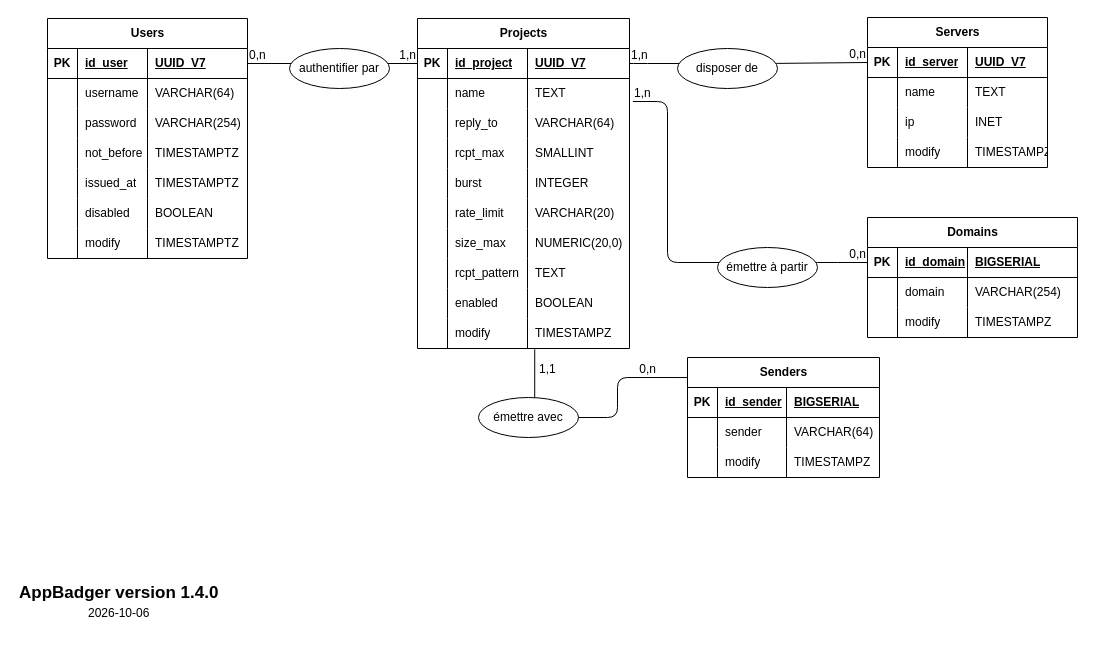
The draw.io diagram Doc/mcd.drawio in matyas-cyril/appmail-badger, before the edit. Source tidied: cells renumbered, new cells numbered last; positions are measured from the earlier drawing's top-left corner, leaving out a move shared by most shapes. Both pictures are drawn from the tidied source at 100%, with x=0, y=0 at pixel (17, 17).
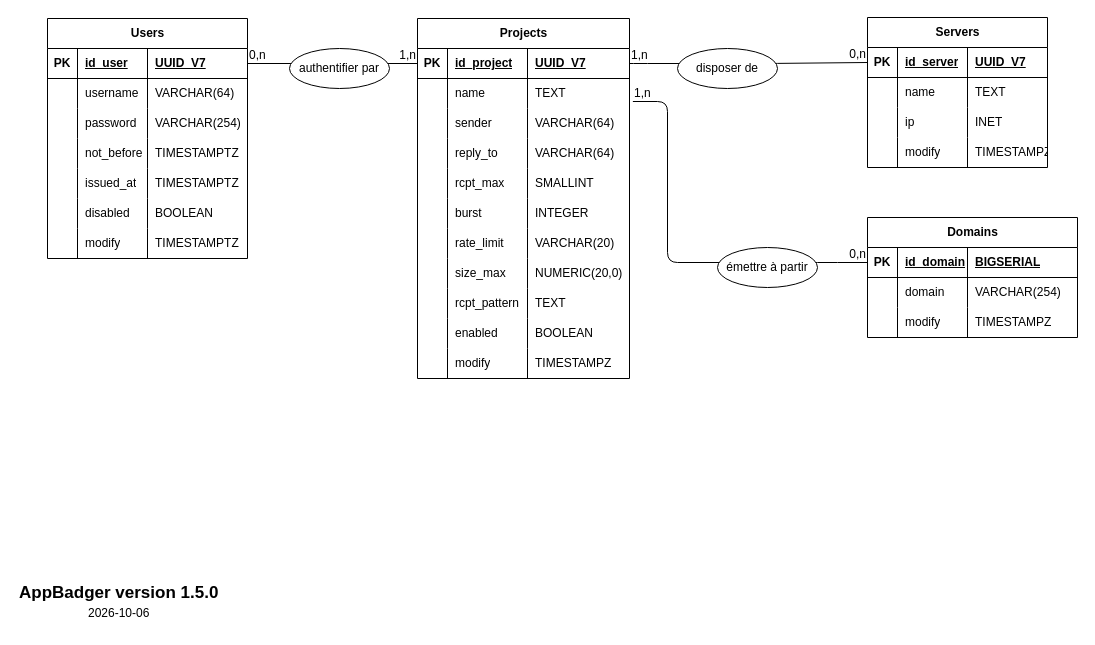
After the change.

Commit message (it also covers changes not shown here):
SUppression de la table Sender

The change refers to these unchanged cells:
```xml
<mxCell id="11" style="shape=tableRow;horizontal=0;startSize=0;swimlaneHead=0;swimlaneBody=0;fillColor=none;top=0;left=0;right=0;bottom=0;" parent="2" vertex="1">
  <mxGeometry y="90" width="212" height="30" as="geometry" />
</mxCell>
```

The edit, as a diff of the source:
```diff
@@
     <mxCell id="2" value="Projects" style="shape=table;startSize=30;childLayout=tableLayout;rowLines=0;fontStyle=1;align=center;html=1;" parent="1" vertex="1">
-      <mxGeometry x="400" y="1" width="212" height="330" as="geometry" />
+      <mxGeometry x="400" y="1" width="212" height="360" as="geometry" />
     </mxCell>
@@
-    <mxCell id="13" value="reply_to" style="shape=partialRectangle;fillColor=none;top=0;left=0;bottom=0;right=0;align=left;spacingLeft=6;overflow=hidden;whiteSpace=wrap;html=1;" parent="11" vertex="1">
+    <mxCell id="13" value="sender" style="shape=partialRectangle;fillColor=none;top=0;left=0;bottom=0;right=0;align=left;spacingLeft=6;overflow=hidden;whiteSpace=wrap;html=1;" parent="11" vertex="1">
       <mxGeometry x="30" width="80" height="30" as="geometry" />
     </mxCell>
@@
+    <mxCell id="132" style="shape=tableRow;horizontal=0;startSize=0;swimlaneHead=0;swimlaneBody=0;fillColor=none;top=0;left=0;right=0;bottom=0;" parent="2" vertex="1">
+      <mxGeometry y="120" width="212" height="30" as="geometry" />
+    </mxCell>
+    <mxCell id="133" style="shape=partialRectangle;fillColor=none;top=0;left=0;bottom=0;right=0;overflow=hidden;whiteSpace=wrap;html=1;" parent="132" vertex="1">
+      <mxGeometry width="30" height="30" as="geometry" />
+    </mxCell>
+    <mxCell id="134" value="reply_to" style="shape=partialRectangle;fillColor=none;top=0;left=0;bottom=0;right=0;align=left;spacingLeft=6;overflow=hidden;whiteSpace=wrap;html=1;" parent="132" vertex="1">
+      <mxGeometry x="30" width="80" height="30" as="geometry" />
+    </mxCell>
+    <mxCell id="122" value="VARCHAR(64)" style="shape=partialRectangle;fillColor=none;top=0;left=0;bottom=0;right=0;align=left;spacingLeft=6;overflow=hidden;whiteSpace=wrap;html=1;" parent="132" vertex="1">
+      <mxGeometry x="110" width="102" height="30" as="geometry" />
+    </mxCell>
     <mxCell id="15" style="shape=tableRow;horizontal=0;startSize=0;swimlaneHead=0;swimlaneBody=0;fillColor=none;top=0;left=0;right=0;bottom=0;" parent="2" vertex="1">
-      <mxGeometry y="120" width="212" height="30" as="geometry" />
+      <mxGeometry y="150" width="212" height="30" as="geometry" />
     </mxCell>
@@
     <mxCell id="19" style="shape=tableRow;horizontal=0;startSize=0;swimlaneHead=0;swimlaneBody=0;fillColor=none;top=0;left=0;right=0;bottom=0;" parent="2" vertex="1">
-      <mxGeometry y="150" width="212" height="30" as="geometry" />
+      <mxGeometry y="180" width="212" height="30" as="geometry" />
     </mxCell>
@@
     <mxCell id="23" style="shape=tableRow;horizontal=0;startSize=0;swimlaneHead=0;swimlaneBody=0;fillColor=none;top=0;left=0;right=0;bottom=0;" parent="2" vertex="1">
-      <mxGeometry y="180" width="212" height="30" as="geometry" />
+      <mxGeometry y="210" width="212" height="30" as="geometry" />
     </mxCell>
@@
     <mxCell id="27" style="shape=tableRow;horizontal=0;startSize=0;swimlaneHead=0;swimlaneBody=0;fillColor=none;top=0;left=0;right=0;bottom=0;" parent="2" vertex="1">
-      <mxGeometry y="210" width="212" height="30" as="geometry" />
+      <mxGeometry y="240" width="212" height="30" as="geometry" />
     </mxCell>
@@
     <mxCell id="31" style="shape=tableRow;horizontal=0;startSize=0;swimlaneHead=0;swimlaneBody=0;fillColor=none;top=0;left=0;right=0;bottom=0;" parent="2" vertex="1">
-      <mxGeometry y="240" width="212" height="30" as="geometry" />
+      <mxGeometry y="270" width="212" height="30" as="geometry" />
     </mxCell>
@@
     <mxCell id="35" style="shape=tableRow;horizontal=0;startSize=0;swimlaneHead=0;swimlaneBody=0;fillColor=none;top=0;left=0;right=0;bottom=0;" parent="2" vertex="1">
-      <mxGeometry y="270" width="212" height="30" as="geometry" />
+      <mxGeometry y="300" width="212" height="30" as="geometry" />
     </mxCell>
@@
     <mxCell id="39" style="shape=tableRow;horizontal=0;startSize=0;swimlaneHead=0;swimlaneBody=0;fillColor=none;points=[[0,0.5],[1,0.5]];portConstraint=eastwest;top=0;left=0;right=0;bottom=0;" parent="2" vertex="1">
-      <mxGeometry y="300" width="212" height="30" as="geometry" />
+      <mxGeometry y="330" width="212" height="30" as="geometry" />
     </mxCell>
@@
-    <mxCell id="114" value="Senders" style="shape=table;startSize=30;childLayout=tableLayout;rowLines=0;fontStyle=1;align=center;html=1;" parent="1" vertex="1">
-      <mxGeometry x="670" y="340" width="192" height="120" as="geometry" />
-    </mxCell>
-    <mxCell id="115" style="shape=tableRow;horizontal=0;startSize=0;swimlaneHead=0;swimlaneBody=0;fillColor=none;top=0;left=0;right=0;bottom=1;" parent="114" vertex="1">
-      <mxGeometry y="30" width="192" height="30" as="geometry" />
-    </mxCell>
-    <mxCell id="116" value="PK" style="shape=partialRectangle;fillColor=none;top=0;left=0;bottom=0;right=0;fontStyle=1;overflow=hidden;whiteSpace=wrap;html=1;" parent="115" vertex="1">
-      <mxGeometry width="30" height="30" as="geometry" />
-    </mxCell>
-    <mxCell id="117" value="id_sender" style="shape=partialRectangle;fillColor=none;top=0;left=0;bottom=0;right=0;align=left;spacingLeft=6;fontStyle=5;overflow=hidden;whiteSpace=wrap;html=1;" parent="115" vertex="1">
-      <mxGeometry x="30" width="69" height="30" as="geometry" />
-    </mxCell>
-    <mxCell id="118" value="BIGSERIAL" style="shape=partialRectangle;fillColor=none;top=0;left=0;bottom=0;right=0;align=left;spacingLeft=6;fontStyle=5;overflow=hidden;whiteSpace=wrap;html=1;" parent="115" vertex="1">
-      <mxGeometry x="99" width="93" height="30" as="geometry" />
-    </mxCell>
-    <mxCell id="119" style="shape=tableRow;horizontal=0;startSize=0;swimlaneHead=0;swimlaneBody=0;fillColor=none;top=0;left=0;right=0;bottom=0;" parent="114" vertex="1">
-      <mxGeometry y="60" width="192" height="30" as="geometry" />
-    </mxCell>
-    <mxCell id="120" style="shape=partialRectangle;fillColor=none;top=0;left=0;bottom=0;right=0;overflow=hidden;whiteSpace=wrap;html=1;" parent="119" vertex="1">
-      <mxGeometry width="30" height="30" as="geometry" />
-    </mxCell>
-    <mxCell id="121" value="sender" style="shape=partialRectangle;fillColor=none;top=0;left=0;bottom=0;right=0;align=left;spacingLeft=6;overflow=hidden;whiteSpace=wrap;html=1;" parent="119" vertex="1">
-      <mxGeometry x="30" width="69" height="30" as="geometry" />
-    </mxCell>
-    <mxCell id="122" value="VARCHAR(64)" style="shape=partialRectangle;fillColor=none;top=0;left=0;bottom=0;right=0;align=left;spacingLeft=6;overflow=hidden;whiteSpace=wrap;html=1;" parent="119" vertex="1">
-      <mxGeometry x="99" width="93" height="30" as="geometry" />
-    </mxCell>
-    <mxCell id="123" style="shape=tableRow;horizontal=0;startSize=0;swimlaneHead=0;swimlaneBody=0;fillColor=none;top=0;left=0;right=0;bottom=0;" parent="114" vertex="1">
-      <mxGeometry y="90" width="192" height="30" as="geometry" />
-    </mxCell>
-    <mxCell id="124" style="shape=partialRectangle;fillColor=none;top=0;left=0;bottom=0;right=0;overflow=hidden;whiteSpace=wrap;html=1;" parent="123" vertex="1">
-      <mxGeometry width="30" height="30" as="geometry" />
-    </mxCell>
-    <mxCell id="125" value="modify" style="shape=partialRectangle;fillColor=none;top=0;left=0;bottom=0;right=0;align=left;spacingLeft=6;overflow=hidden;whiteSpace=wrap;html=1;" parent="123" vertex="1">
-      <mxGeometry x="30" width="69" height="30" as="geometry" />
-    </mxCell>
-    <mxCell id="126" value="TIMESTAMPZ" style="shape=partialRectangle;fillColor=none;top=0;left=0;bottom=0;right=0;align=left;spacingLeft=6;overflow=hidden;whiteSpace=wrap;html=1;" parent="123" vertex="1">
-      <mxGeometry x="99" width="93" height="30" as="geometry" />
-    </mxCell>
-    <mxCell id="127" style="endArrow=none;html=1;rounded=1;exitX=0.553;exitY=1.026;exitDx=0;exitDy=0;entryX=0;entryY=0.167;entryDx=0;entryDy=0;entryPerimeter=0;exitPerimeter=0;curved=0;" parent="1" edge="1" source="39" target="114">
-      <mxGeometry relative="1" as="geometry">
-        <Array as="points">
-          <mxPoint x="517.2" y="400" />
-          <mxPoint x="600" y="400" />
-          <mxPoint x="600" y="360" />
-        </Array>
-      </mxGeometry>
-    </mxCell>
-    <mxCell id="128" value="1,1" style="html=1;whiteSpace=wrap;align=left;verticalAlign=bottom;" parent="127" vertex="1">
-      <mxGeometry x="-1" relative="1" as="geometry">
-        <mxPoint x="3" y="28" as="offset" />
-      </mxGeometry>
-    </mxCell>
-    <mxCell id="129" value="0,n" style="html=1;whiteSpace=wrap;align=right;verticalAlign=bottom;" parent="127" vertex="1">
-      <mxGeometry x="1" relative="1" as="geometry">
-        <mxPoint x="-30" as="offset" />
-      </mxGeometry>
-    </mxCell>
-    <mxCell id="130" value="émettre avec" style="ellipse;whiteSpace=wrap;html=1;align=center;" parent="1" vertex="1">
-      <mxGeometry x="461" y="380" width="100" height="40" as="geometry" />
-    </mxCell>
-    <mxCell id="131" value="&lt;div style=&quot;line-height: 80%;&quot;&gt;&lt;div align=&quot;left&quot;&gt;&lt;b&gt;&lt;font style=&quot;font-size: 17px; line-height: 80%;&quot;&gt;AppBadger version 1.4.0&lt;/font&gt;&lt;/b&gt;&lt;/div&gt;&lt;div&gt;&lt;br&gt;&lt;/div&gt;&lt;div align=&quot;center&quot;&gt;2026-10-06&lt;/div&gt;&lt;/div&gt;" style="text;html=1;whiteSpace=wrap;strokeColor=none;fillColor=none;align=left;verticalAlign=middle;rounded=0;" parent="1" vertex="1">
+    <mxCell id="131" value="&lt;div style=&quot;line-height: 80%;&quot;&gt;&lt;div align=&quot;left&quot;&gt;&lt;b&gt;&lt;font style=&quot;font-size: 17px; line-height: 80%;&quot;&gt;AppBadger version 1.5.0&lt;/font&gt;&lt;/b&gt;&lt;/div&gt;&lt;div&gt;&lt;br&gt;&lt;/div&gt;&lt;div align=&quot;center&quot;&gt;2026-10-06&lt;/div&gt;&lt;/div&gt;" style="text;html=1;whiteSpace=wrap;strokeColor=none;fillColor=none;align=left;verticalAlign=middle;rounded=0;" parent="1" vertex="1">
       <mxGeometry y="560" width="210" height="50" as="geometry" />
     </mxCell>
```
